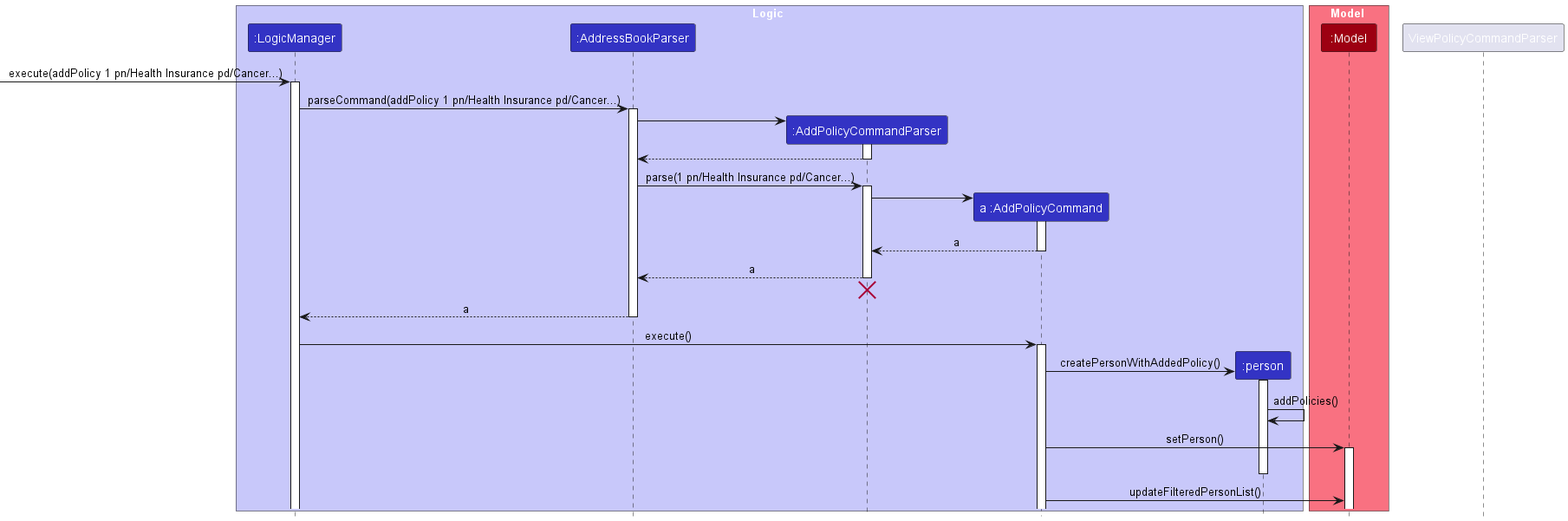
The PlantUML diagram diagrams/AddPolicySequenceDiagram.png in AY2324S1-CS2103-W14-1/tp, before a commit.
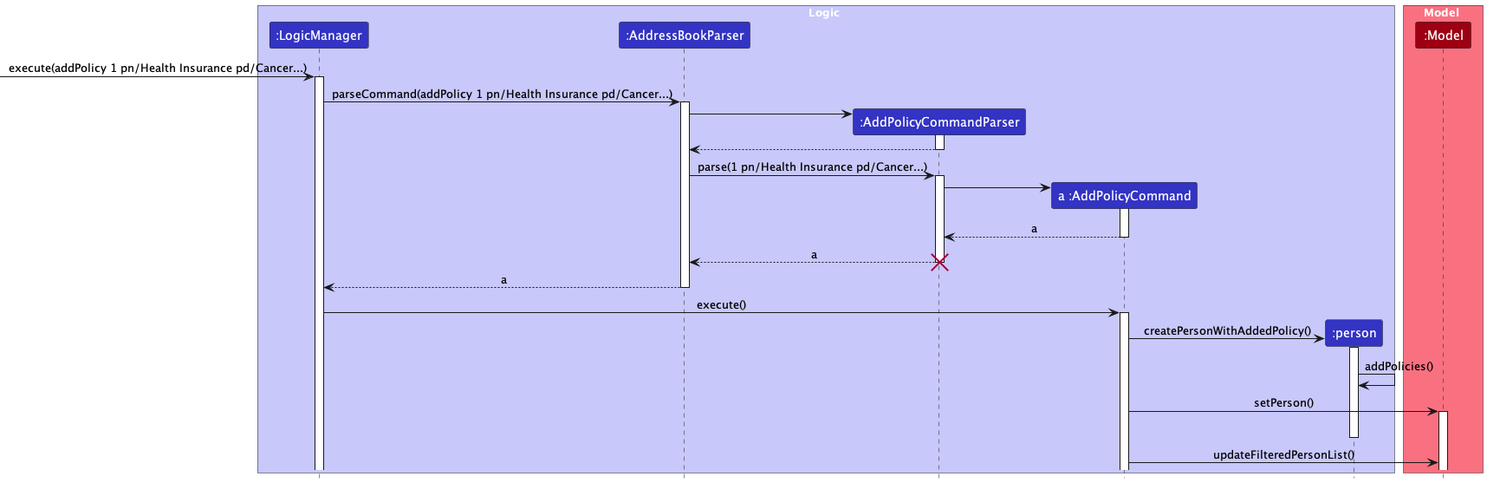
Later version of the same file.

What changed in the source:
```diff
@@ -38,7 +38,6 @@
 
 AddPolicyCommandParser --> AddressBookParser : a
 deactivate AddPolicyCommandParser
-ViewPolicyCommandParser -[hidden]-> AddressBookParser
 destroy AddPolicyCommandParser
 
 AddressBookParser --> LogicManager : a
```
